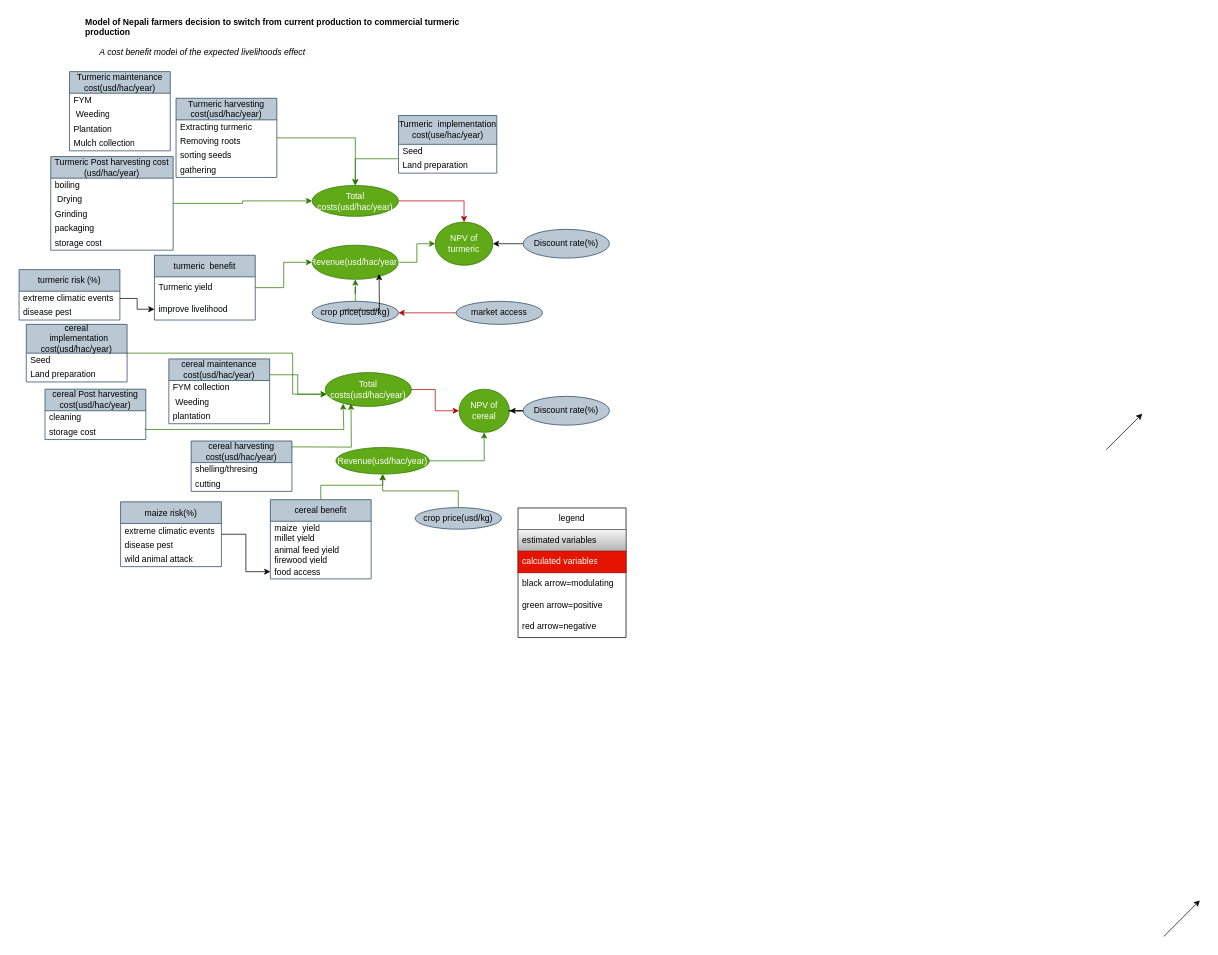
Earlier version of the draw.io diagram Untitled Diagram.drawio (AditiBista/masterthesis). Source tidied: cells renumbered, new cells numbered last; positions are measured from the earlier drawing's top-left corner, leaving out a move shared by most shapes. Both pictures are drawn from the tidied source at 72%, with x=0, y=0 at pixel (19, 12).
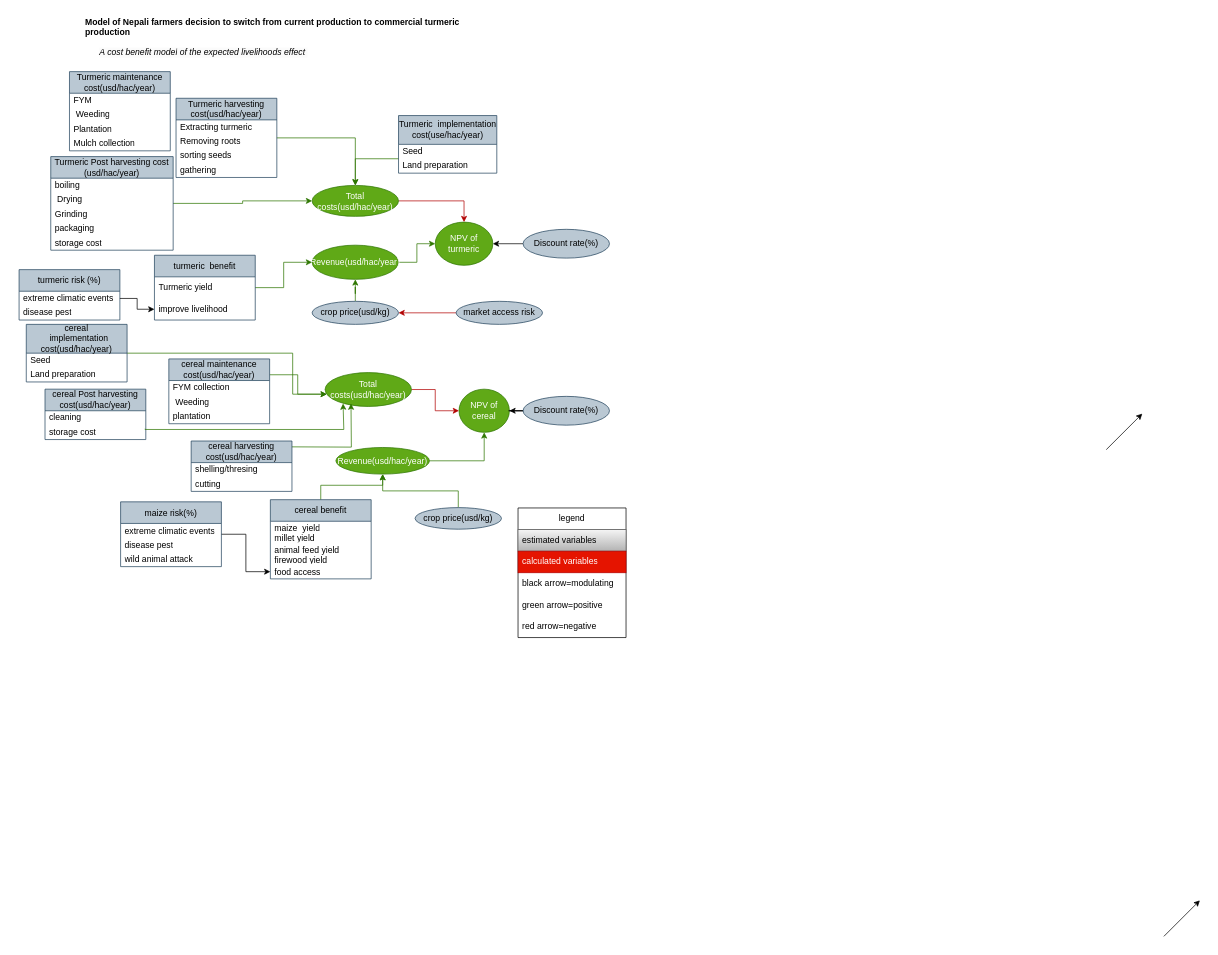
After the change.

The edit, as a diff of the source:
```diff
@@
-    <mxCell id="83" value="market access" style="ellipse;whiteSpace=wrap;html=1;fillColor=#bac8d3;strokeColor=#23445d;" parent="1" vertex="1">
+    <mxCell id="83" value="market access risk" style="ellipse;whiteSpace=wrap;html=1;fillColor=#bac8d3;strokeColor=#23445d;" parent="1" vertex="1">
       <mxGeometry x="607" y="401" width="120" height="32" as="geometry" />
     </mxCell>
@@
-    <mxCell id="91" style="endArrow=classic;html=1;rounded=0;edgeStyle=orthogonalEdgeStyle;" parent="1" edge="1">
-      <mxGeometry relative="1" as="geometry">
-        <mxPoint x="450" y="413" as="sourcePoint" />
-        <mxPoint x="500" y="363" as="targetPoint" />
-      </mxGeometry>
-    </mxCell>
```
